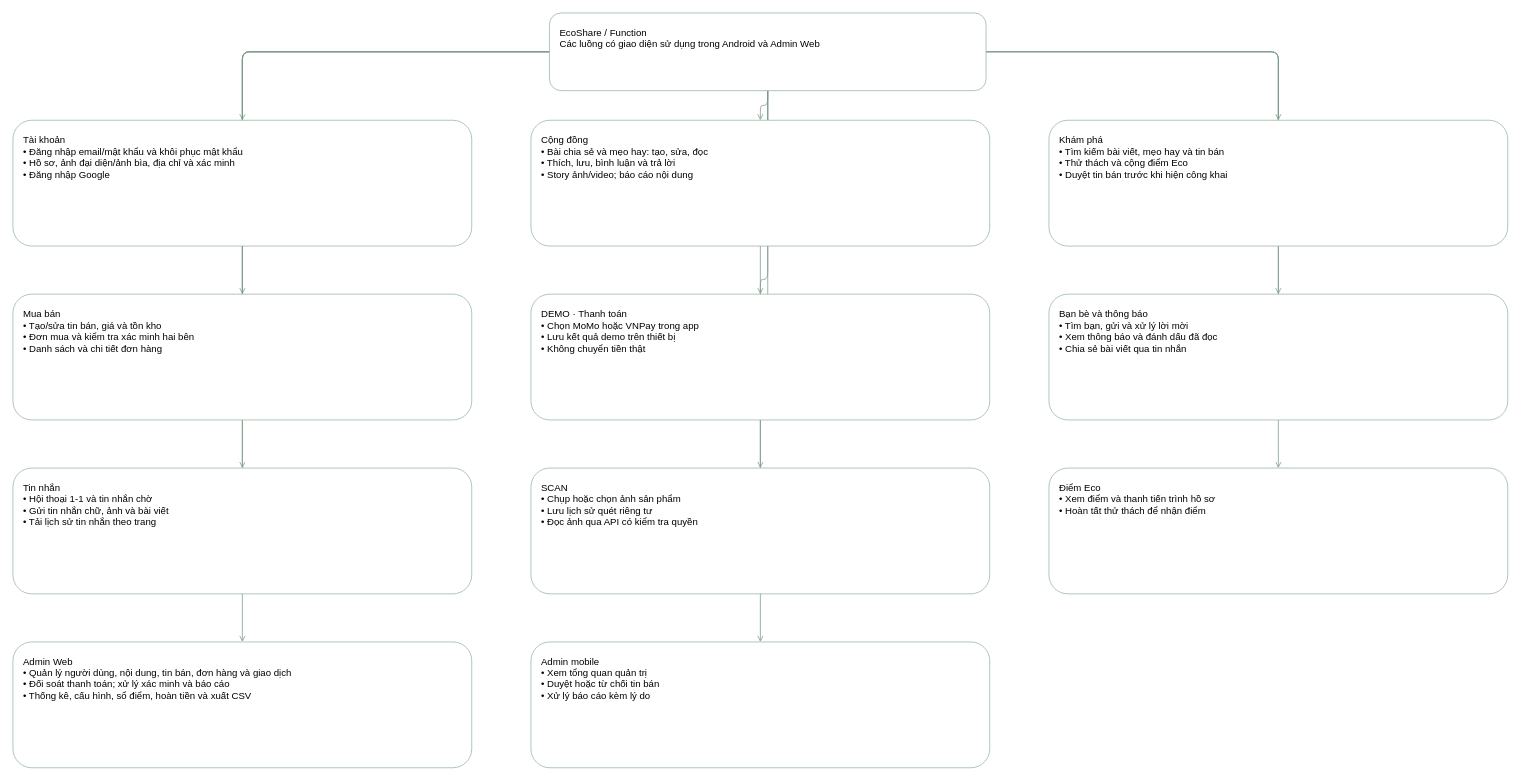
Earlier version of the draw.io diagram Recycling Share App/diagrams-current/function-diagram.drawio (tuanHai-IT/DEV_MOBILE). Source tidied: cells renumbered, new cells numbered last; positions are measured from the earlier drawing's top-left corner, leaving out a move shared by most shapes. Both pictures are drawn from the tidied source at 74%, with x=0, y=0 at pixel (13, 13).
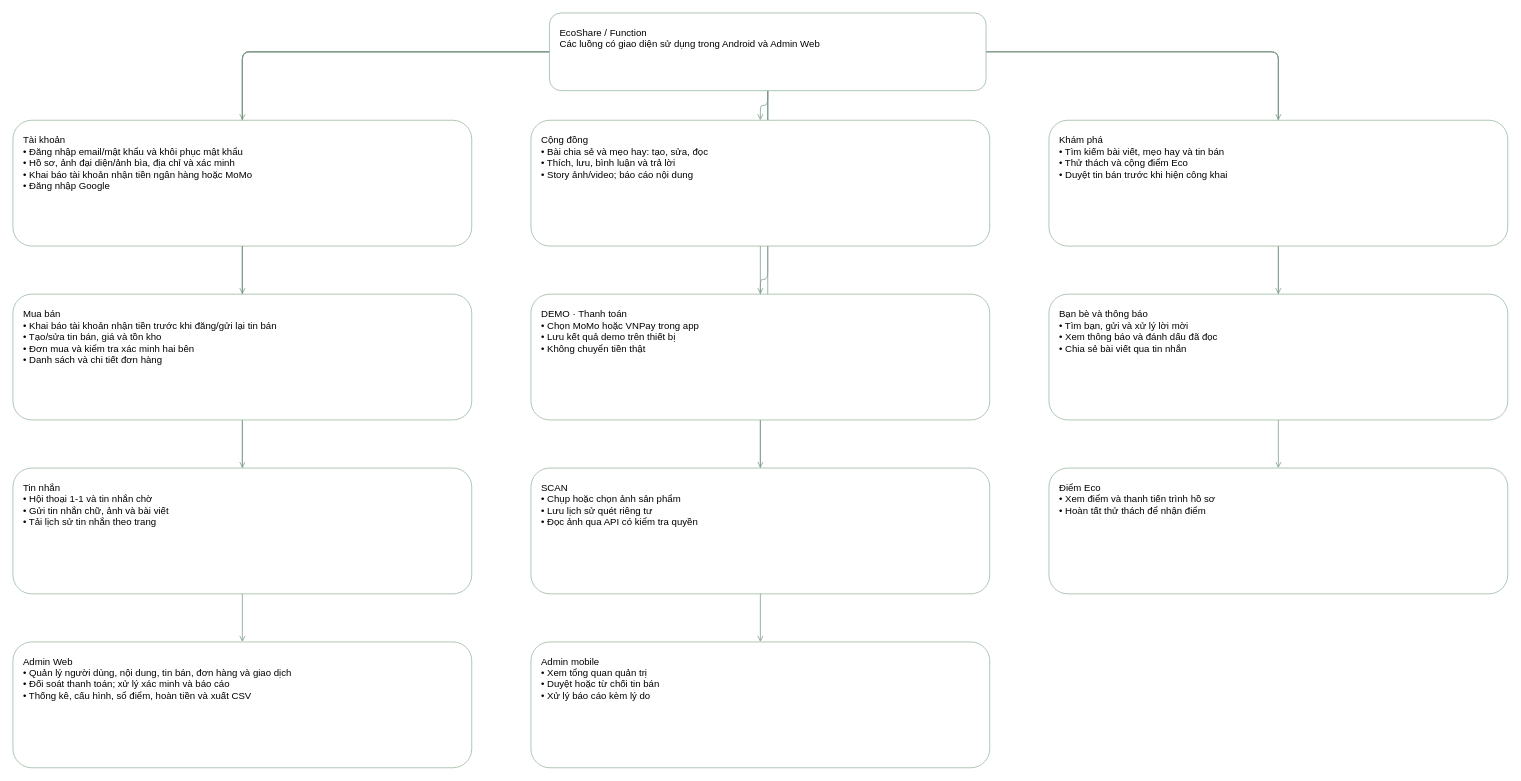
The same diagram, later.

Change to the diagram source:
```diff
@@
-    <mxCell id="14" value="Tài khoản&#10;• Đăng nhập email/mật khẩu và khôi phục mật khẩu&#10;• Hồ sơ, ảnh đại diện/ảnh bìa, địa chỉ và xác minh&#10;• Đăng nhập Google" style="rounded=1;whiteSpace=wrap;html=0;align=left;verticalAlign=top;spacing=14;fontSize=13;fillColor=#ffffff;strokeColor=#94b39d;fontFamily=Arial;" parent="1" vertex="1">
+    <mxCell id="14" value="Tài khoản&#10;• Đăng nhập email/mật khẩu và khôi phục mật khẩu&#10;• Hồ sơ, ảnh đại diện/ảnh bìa, địa chỉ và xác minh&#10;• Khai báo tài khoản nhận tiền ngân hàng hoặc MoMo&#10;• Đăng nhập Google" style="rounded=1;whiteSpace=wrap;html=0;align=left;verticalAlign=top;spacing=14;fontSize=13;fillColor=#ffffff;strokeColor=#94b39d;fontFamily=Arial;" parent="1" vertex="1">
       <mxGeometry y="145" width="620" height="170" as="geometry" />
     </mxCell>
@@
-    <mxCell id="17" value="Mua bán&#10;• Tạo/sửa tin bán, giá và tồn kho&#10;• Đơn mua và kiểm tra xác minh hai bên&#10;• Danh sách và chi tiết đơn hàng" style="rounded=1;whiteSpace=wrap;html=0;align=left;verticalAlign=top;spacing=14;fontSize=13;fillColor=#ffffff;strokeColor=#94b39d;fontFamily=Arial;" parent="1" vertex="1">
+    <mxCell id="17" value="Mua bán&#10;• Khai báo tài khoản nhận tiền trước khi đăng/gửi lại tin bán&#10;• Tạo/sửa tin bán, giá và tồn kho&#10;• Đơn mua và kiểm tra xác minh hai bên&#10;• Danh sách và chi tiết đơn hàng" style="rounded=1;whiteSpace=wrap;html=0;align=left;verticalAlign=top;spacing=14;fontSize=13;fillColor=#ffffff;strokeColor=#94b39d;fontFamily=Arial;" parent="1" vertex="1">
       <mxGeometry y="380" width="620" height="170" as="geometry" />
     </mxCell>
```
